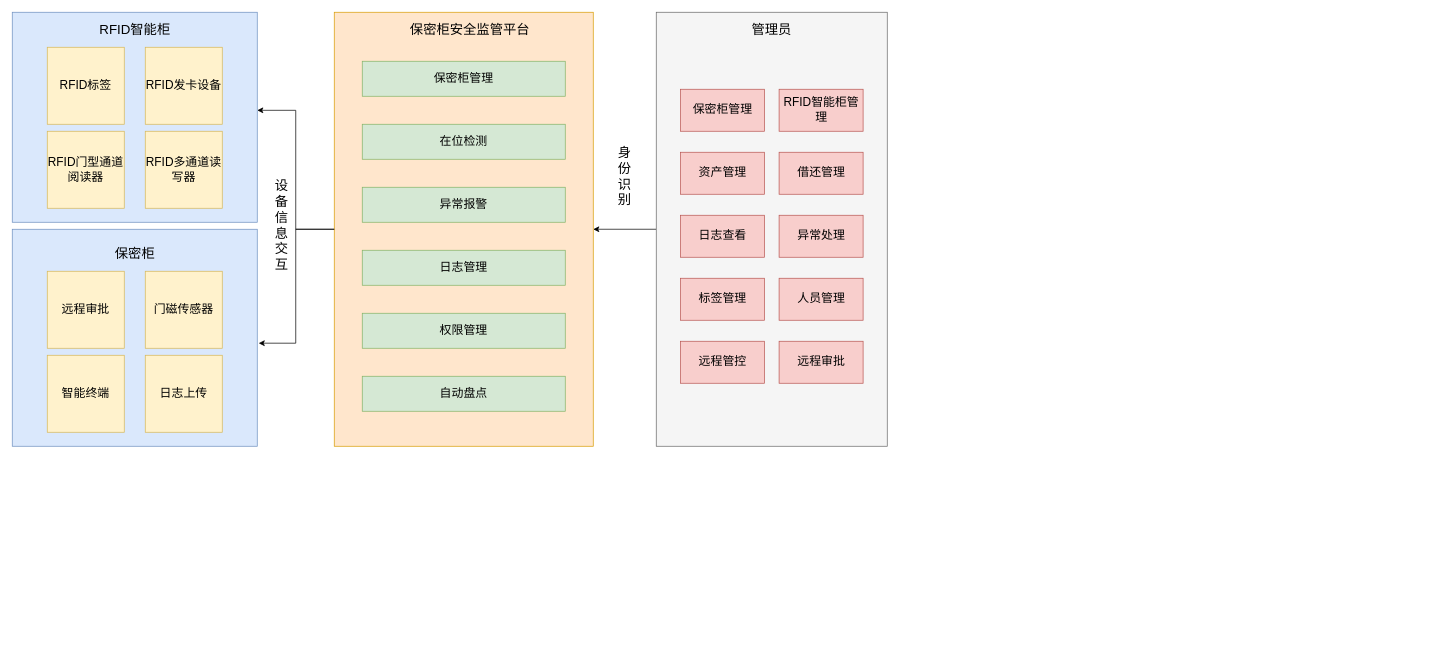
The draw.io diagram 保密柜监管平台大框架.drawio in captain188/draw.io, before the edit. Source tidied: cells renumbered, new cells numbered last; positions are measured from the earlier drawing's top-left corner, leaving out a move shared by most shapes. Both pictures are drawn from the tidied source at 70%, with x=0, y=0 at pixel (12, 12).
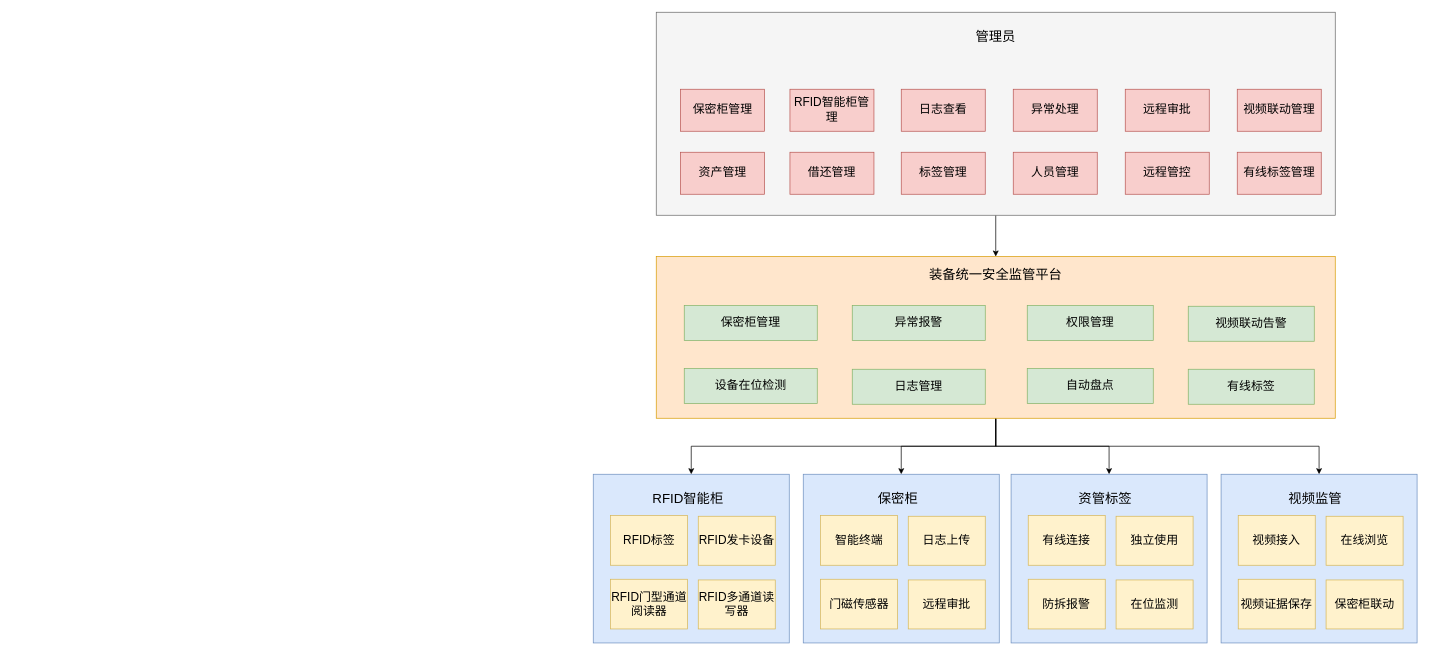
After the change.

Commit message:
更新保密柜监管平台大框架.drawio

What changed in the source:
```diff
@@
     <mxCell id="2" style="rounded=0;whiteSpace=wrap;html=1;fillColor=#dae8fc;strokeColor=#6c8ebf;" parent="1" vertex="1">
-      <mxGeometry width="350" height="300" as="geometry" />
+      <mxGeometry x="830" y="660" width="280" height="241" as="geometry" />
     </mxCell>
+    <mxCell id="31" style="edgeStyle=orthogonalEdgeStyle;rounded=0;jettySize=auto;html=1;exitX=0.5;exitY=1;exitDx=0;exitDy=0;entryX=0.5;entryY=0;entryDx=0;entryDy=0;" parent="1" edge="1" source="3" target="2">
+      <mxGeometry relative="1" as="geometry" />
+    </mxCell>
+    <mxCell id="39" style="edgeStyle=orthogonalEdgeStyle;rounded=0;jettySize=auto;html=1;exitX=0.5;exitY=1;exitDx=0;exitDy=0;entryX=0.5;entryY=0;entryDx=0;entryDy=0;" parent="1" edge="1" source="3" target="46">
+      <mxGeometry relative="1" as="geometry" />
+    </mxCell>
+    <mxCell id="40" style="edgeStyle=orthogonalEdgeStyle;rounded=0;jettySize=auto;html=1;exitX=0.5;exitY=1;exitDx=0;exitDy=0;entryX=0.5;entryY=0;entryDx=0;entryDy=0;" parent="1" edge="1" source="3" target="47">
+      <mxGeometry relative="1" as="geometry" />
+    </mxCell>
+    <mxCell id="41" style="edgeStyle=orthogonalEdgeStyle;rounded=0;jettySize=auto;html=1;exitX=0.5;exitY=1;exitDx=0;exitDy=0;entryX=0.5;entryY=0;entryDx=0;entryDy=0;" parent="1" edge="1" source="3" target="53">
+      <mxGeometry relative="1" as="geometry" />
+    </mxCell>
     <mxCell id="3" style="rounded=0;whiteSpace=wrap;html=1;fillColor=#ffe6cc;strokeColor=#d79b00;" parent="1" vertex="1">
-      <mxGeometry x="460" width="370" height="620" as="geometry" />
+      <mxGeometry x="920" y="349" width="970" height="231" as="geometry" />
     </mxCell>
-    <mxCell id="4" style="edgeStyle=orthogonalEdgeStyle;rounded=0;jettySize=auto;html=1;" parent="1" edge="1" source="5" target="3">
+    <mxCell id="4" style="edgeStyle=orthogonalEdgeStyle;rounded=0;jettySize=auto;html=1;exitX=0.5;exitY=1;exitDx=0;exitDy=0;entryX=0.5;entryY=0;entryDx=0;entryDy=0;" parent="1" edge="1" source="5" target="3">
       <mxGeometry relative="1" as="geometry" />
     </mxCell>
     <mxCell id="5" style="rounded=0;whiteSpace=wrap;html=1;fillColor=#f5f5f5;fontColor=#333333;strokeColor=#666666;" parent="1" vertex="1">
-      <mxGeometry x="920" width="330" height="620" as="geometry" />
+      <mxGeometry x="920" width="970" height="290" as="geometry" />
     </mxCell>
     <mxCell id="6" value="管理员" style="text;strokeColor=none;align=center;fillColor=none;html=1;verticalAlign=middle;whiteSpace=wrap;rounded=0;fontSize=19;" parent="1" vertex="1">
-      <mxGeometry x="1055" y="10" width="60" height="30" as="geometry" />
+      <mxGeometry x="1375" y="20" width="60" height="30" as="geometry" />
     </mxCell>
@@
     <mxCell id="8" value="RFID智能柜管理" style="rounded=0;whiteSpace=wrap;html=1;fillColor=#f8cecc;strokeColor=#b85450;fontSize=17;" parent="1" vertex="1">
-      <mxGeometry x="1095.5" y="110" width="120" height="60" as="geometry" />
+      <mxGeometry x="1111" y="110" width="120" height="60" as="geometry" />
     </mxCell>
@@
     <mxCell id="10" value="借还管理" style="rounded=0;whiteSpace=wrap;html=1;fillColor=#f8cecc;strokeColor=#b85450;fontSize=17;" parent="1" vertex="1">
-      <mxGeometry x="1095.5" y="200" width="120" height="60" as="geometry" />
+      <mxGeometry x="1111" y="200" width="120" height="60" as="geometry" />
     </mxCell>
     <mxCell id="11" value="保密柜管理" style="rounded=0;whiteSpace=wrap;html=1;fillColor=#d5e8d4;strokeColor=#82b366;fontSize=17;" parent="1" vertex="1">
-      <mxGeometry x="500" y="70" width="290" height="50" as="geometry" />
+      <mxGeometry x="960" y="419" width="190" height="50" as="geometry" />
     </mxCell>
-    <mxCell id="12" value="在位检测" style="rounded=0;whiteSpace=wrap;html=1;fillColor=#d5e8d4;strokeColor=#82b366;fontSize=17;" parent="1" vertex="1">
-      <mxGeometry x="500" y="160" width="290" height="50" as="geometry" />
+    <mxCell id="12" value="设备在位检测" style="rounded=0;whiteSpace=wrap;html=1;fillColor=#d5e8d4;strokeColor=#82b366;fontSize=17;" parent="1" vertex="1">
+      <mxGeometry x="960" y="509" width="190" height="50" as="geometry" />
     </mxCell>
     <mxCell id="13" value="异常报警" style="rounded=0;whiteSpace=wrap;html=1;fillColor=#d5e8d4;strokeColor=#82b366;fontSize=17;" parent="1" vertex="1">
-      <mxGeometry x="500" y="250" width="290" height="50" as="geometry" />
+      <mxGeometry x="1200" y="419" width="190" height="50" as="geometry" />
     </mxCell>
     <mxCell id="14" value="日志管理" style="rounded=0;whiteSpace=wrap;html=1;fillColor=#d5e8d4;strokeColor=#82b366;fontSize=17;" parent="1" vertex="1">
-      <mxGeometry x="500" y="340" width="290" height="50" as="geometry" />
+      <mxGeometry x="1200" y="510" width="190" height="50" as="geometry" />
     </mxCell>
     <mxCell id="15" value="权限管理" style="rounded=0;whiteSpace=wrap;html=1;fillColor=#d5e8d4;strokeColor=#82b366;fontSize=17;" parent="1" vertex="1">
-      <mxGeometry x="500" y="430" width="290" height="50" as="geometry" />
+      <mxGeometry x="1450" y="419" width="180" height="50" as="geometry" />
     </mxCell>
     <mxCell id="16" value="自动盘点" style="rounded=0;whiteSpace=wrap;html=1;fillColor=#d5e8d4;strokeColor=#82b366;fontSize=17;" parent="1" vertex="1">
-      <mxGeometry x="500" y="520" width="290" height="50" as="geometry" />
+      <mxGeometry x="1450" y="509" width="180" height="50" as="geometry" />
     </mxCell>
-    <mxCell id="17" value="保密柜安全监管平台" style="text;strokeColor=none;align=center;fillColor=none;html=1;verticalAlign=middle;whiteSpace=wrap;rounded=0;fontSize=19;" parent="1" vertex="1">
-      <mxGeometry x="560" y="10" width="187.5" height="30" as="geometry" />
+    <mxCell id="17" value="装备统一安全监管平台" style="text;strokeColor=none;align=center;fillColor=none;html=1;verticalAlign=middle;whiteSpace=wrap;rounded=0;fontSize=19;" parent="1" vertex="1">
+      <mxGeometry x="1293.1" y="360" width="223.8" height="30" as="geometry" />
     </mxCell>
     <mxCell id="18" value="RFID标签" style="rounded=0;whiteSpace=wrap;html=1;fillColor=#fff2cc;strokeColor=#d6b656;fontSize=17;" parent="1" vertex="1">
-      <mxGeometry x="50" y="50" width="110" height="110" as="geometry" />
+      <mxGeometry x="854.5" y="719" width="110" height="71" as="geometry" />
     </mxCell>
     <mxCell id="19" value="RFID发卡设备" style="rounded=0;whiteSpace=wrap;html=1;fillColor=#fff2cc;strokeColor=#d6b656;fontSize=17;" parent="1" vertex="1">
-      <mxGeometry x="190" y="50" width="110" height="110" as="geometry" />
+      <mxGeometry x="980" y="720" width="110" height="70" as="geometry" />
     </mxCell>
     <mxCell id="20" value="RFID智能柜" style="text;strokeColor=none;align=center;fillColor=none;html=1;verticalAlign=middle;whiteSpace=wrap;rounded=0;fontSize=19;" parent="1" vertex="1">
-      <mxGeometry x="112.5" y="10" width="125" height="30" as="geometry" />
+      <mxGeometry x="902.5" y="680" width="125" height="30" as="geometry" />
     </mxCell>
     <mxCell id="21" value="RFID门型通道阅读器" style="rounded=0;whiteSpace=wrap;html=1;fillColor=#fff2cc;strokeColor=#d6b656;fontSize=17;" parent="1" vertex="1">
-      <mxGeometry x="50" y="170" width="110" height="110" as="geometry" />
+      <mxGeometry x="854.5" y="810" width="110" height="71" as="geometry" />
     </mxCell>
     <mxCell id="22" value="RFID多通道读写器" style="rounded=0;whiteSpace=wrap;html=1;fillColor=#fff2cc;strokeColor=#d6b656;fontSize=17;" parent="1" vertex="1">
-      <mxGeometry x="190" y="170" width="110" height="110" as="geometry" />
+      <mxGeometry x="980" y="811" width="110" height="70" as="geometry" />
     </mxCell>
-    <mxCell id="23" value="设备信息交互" style="text;strokeColor=none;align=center;fillColor=none;html=1;verticalAlign=middle;whiteSpace=wrap;rounded=0;fontSize=19;" parent="1" vertex="1">
-      <mxGeometry x="370" y="290" width="30" height="30" as="geometry" />
-    </mxCell>
-    <mxCell id="24" value="身份识别" style="text;strokeColor=none;align=center;fillColor=none;html=1;verticalAlign=middle;whiteSpace=wrap;rounded=0;fontSize=19;" parent="1" vertex="1">
-      <mxGeometry x="860" y="220" width="30" height="30" as="geometry" />
-    </mxCell>
-    <mxCell id="25" style="rounded=0;whiteSpace=wrap;html=1;fillColor=#dae8fc;strokeColor=#6c8ebf;" parent="1" vertex="1">
-      <mxGeometry y="310" width="350" height="310" as="geometry" />
-    </mxCell>
-    <mxCell id="26" value="远程审批" style="rounded=0;whiteSpace=wrap;html=1;fillColor=#fff2cc;strokeColor=#d6b656;fontSize=17;" parent="1" vertex="1">
-      <mxGeometry x="50" y="370" width="110" height="110" as="geometry" />
-    </mxCell>
-    <mxCell id="27" value="门磁传感器" style="rounded=0;whiteSpace=wrap;html=1;fillColor=#fff2cc;strokeColor=#d6b656;fontSize=17;" parent="1" vertex="1">
-      <mxGeometry x="190" y="370" width="110" height="110" as="geometry" />
-    </mxCell>
-    <mxCell id="28" value="保密柜" style="text;strokeColor=none;align=center;fillColor=none;html=1;verticalAlign=middle;whiteSpace=wrap;rounded=0;fontSize=19;" parent="1" vertex="1">
-      <mxGeometry x="112.5" y="330" width="125" height="30" as="geometry" />
-    </mxCell>
-    <mxCell id="29" value="智能终端" style="rounded=0;whiteSpace=wrap;html=1;fillColor=#fff2cc;strokeColor=#d6b656;fontSize=17;" parent="1" vertex="1">
-      <mxGeometry x="50" y="490" width="110" height="110" as="geometry" />
-    </mxCell>
-    <mxCell id="30" value="日志上传" style="rounded=0;whiteSpace=wrap;html=1;fillColor=#fff2cc;strokeColor=#d6b656;fontSize=17;" parent="1" vertex="1">
-      <mxGeometry x="190" y="490" width="110" height="110" as="geometry" />
-    </mxCell>
-    <mxCell id="31" style="edgeStyle=orthogonalEdgeStyle;rounded=0;jettySize=auto;html=1;entryX=1;entryY=0.467;entryDx=0;entryDy=0;entryPerimeter=0;" parent="1" edge="1" source="3" target="2">
-      <mxGeometry relative="1" as="geometry" />
-    </mxCell>
-    <mxCell id="32" style="edgeStyle=orthogonalEdgeStyle;rounded=0;jettySize=auto;html=1;exitX=0;exitY=0.5;exitDx=0;exitDy=0;entryX=1.006;entryY=0.525;entryDx=0;entryDy=0;entryPerimeter=0;" parent="1" edge="1" source="3" target="25">
-      <mxGeometry relative="1" as="geometry" />
-    </mxCell>
     <mxCell id="33" value="日志查看" style="rounded=0;whiteSpace=wrap;html=1;fillColor=#f8cecc;strokeColor=#b85450;fontSize=17;" parent="1" vertex="1">
-      <mxGeometry x="954.5" y="290" width="120" height="60" as="geometry" />
+      <mxGeometry x="1270" y="110" width="120" height="60" as="geometry" />
     </mxCell>
     <mxCell id="34" value="异常处理" style="rounded=0;whiteSpace=wrap;html=1;fillColor=#f8cecc;strokeColor=#b85450;fontSize=17;" parent="1" vertex="1">
-      <mxGeometry x="1095.5" y="290" width="120" height="60" as="geometry" />
+      <mxGeometry x="1430" y="110" width="120" height="60" as="geometry" />
     </mxCell>
     <mxCell id="35" value="标签管理" style="rounded=0;whiteSpace=wrap;html=1;fillColor=#f8cecc;strokeColor=#b85450;fontSize=17;" parent="1" vertex="1">
-      <mxGeometry x="954.5" y="380" width="120" height="60" as="geometry" />
+      <mxGeometry x="1270" y="200" width="120" height="60" as="geometry" />
     </mxCell>
     <mxCell id="36" value="人员管理" style="rounded=0;whiteSpace=wrap;html=1;fillColor=#f8cecc;strokeColor=#b85450;fontSize=17;" parent="1" vertex="1">
-      <mxGeometry x="1095.5" y="380" width="120" height="60" as="geometry" />
+      <mxGeometry x="1430" y="200" width="120" height="60" as="geometry" />
     </mxCell>
     <mxCell id="37" value="远程管控" style="rounded=0;whiteSpace=wrap;html=1;fillColor=#f8cecc;strokeColor=#b85450;fontSize=17;" parent="1" vertex="1">
-      <mxGeometry x="954.5" y="470" width="120" height="60" as="geometry" />
+      <mxGeometry x="1590" y="200" width="120" height="60" as="geometry" />
     </mxCell>
     <mxCell id="38" value="远程审批" style="rounded=0;whiteSpace=wrap;html=1;fillColor=#f8cecc;strokeColor=#b85450;fontSize=17;" parent="1" vertex="1">
-      <mxGeometry x="1095.5" y="470" width="120" height="60" as="geometry" />
+      <mxGeometry x="1590" y="110" width="120" height="60" as="geometry" />
     </mxCell>
+    <mxCell id="42" value="有线标签管理" style="rounded=0;whiteSpace=wrap;html=1;fillColor=#f8cecc;strokeColor=#b85450;fontSize=17;" parent="1" vertex="1">
+      <mxGeometry x="1750" y="200" width="120" height="60" as="geometry" />
+    </mxCell>
+    <mxCell id="43" value="视频联动管理" style="rounded=0;whiteSpace=wrap;html=1;fillColor=#f8cecc;strokeColor=#b85450;fontSize=17;" parent="1" vertex="1">
+      <mxGeometry x="1750" y="110" width="120" height="60" as="geometry" />
+    </mxCell>
+    <mxCell id="44" value="视频联动告警" style="rounded=0;whiteSpace=wrap;html=1;fillColor=#d5e8d4;strokeColor=#82b366;fontSize=17;" parent="1" vertex="1">
+      <mxGeometry x="1680" y="420" width="180" height="50" as="geometry" />
+    </mxCell>
+    <mxCell id="45" value="有线标签" style="rounded=0;whiteSpace=wrap;html=1;fillColor=#d5e8d4;strokeColor=#82b366;fontSize=17;" parent="1" vertex="1">
+      <mxGeometry x="1680" y="510" width="180" height="50" as="geometry" />
+    </mxCell>
+    <mxCell id="46" style="rounded=0;whiteSpace=wrap;html=1;fillColor=#dae8fc;strokeColor=#6c8ebf;" parent="1" vertex="1">
+      <mxGeometry x="1130" y="660" width="280" height="241" as="geometry" />
+    </mxCell>
+    <mxCell id="29" value="智能终端" style="rounded=0;whiteSpace=wrap;html=1;fillColor=#fff2cc;strokeColor=#d6b656;fontSize=17;" parent="1" vertex="1">
+      <mxGeometry x="1154.5" y="719" width="110" height="71" as="geometry" />
+    </mxCell>
+    <mxCell id="30" value="日志上传" style="rounded=0;whiteSpace=wrap;html=1;fillColor=#fff2cc;strokeColor=#d6b656;fontSize=17;" parent="1" vertex="1">
+      <mxGeometry x="1280" y="720" width="110" height="70" as="geometry" />
+    </mxCell>
+    <mxCell id="28" value="保密柜" style="text;strokeColor=none;align=center;fillColor=none;html=1;verticalAlign=middle;whiteSpace=wrap;rounded=0;fontSize=19;" parent="1" vertex="1">
+      <mxGeometry x="1202.5" y="680" width="125" height="30" as="geometry" />
+    </mxCell>
+    <mxCell id="27" value="门磁传感器" style="rounded=0;whiteSpace=wrap;html=1;fillColor=#fff2cc;strokeColor=#d6b656;fontSize=17;" parent="1" vertex="1">
+      <mxGeometry x="1154.5" y="810" width="110" height="71" as="geometry" />
+    </mxCell>
+    <mxCell id="26" value="远程审批" style="rounded=0;whiteSpace=wrap;html=1;fillColor=#fff2cc;strokeColor=#d6b656;fontSize=17;" parent="1" vertex="1">
+      <mxGeometry x="1280" y="811" width="110" height="70" as="geometry" />
+    </mxCell>
+    <mxCell id="47" style="rounded=0;whiteSpace=wrap;html=1;fillColor=#dae8fc;strokeColor=#6c8ebf;" parent="1" vertex="1">
+      <mxGeometry x="1426.9" y="660" width="280" height="241" as="geometry" />
+    </mxCell>
+    <mxCell id="48" value="有线连接" style="rounded=0;whiteSpace=wrap;html=1;fillColor=#fff2cc;strokeColor=#d6b656;fontSize=17;" parent="1" vertex="1">
+      <mxGeometry x="1451.4" y="719" width="110" height="71" as="geometry" />
+    </mxCell>
+    <mxCell id="49" value="独立使用" style="rounded=0;whiteSpace=wrap;html=1;fillColor=#fff2cc;strokeColor=#d6b656;fontSize=17;" parent="1" vertex="1">
+      <mxGeometry x="1576.9" y="720" width="110" height="70" as="geometry" />
+    </mxCell>
+    <mxCell id="50" value="资管标签" style="text;strokeColor=none;align=center;fillColor=none;html=1;verticalAlign=middle;whiteSpace=wrap;rounded=0;fontSize=19;" parent="1" vertex="1">
+      <mxGeometry x="1499.4" y="680" width="125" height="30" as="geometry" />
+    </mxCell>
+    <mxCell id="51" value="防拆报警" style="rounded=0;whiteSpace=wrap;html=1;fillColor=#fff2cc;strokeColor=#d6b656;fontSize=17;" parent="1" vertex="1">
+      <mxGeometry x="1451.4" y="810" width="110" height="71" as="geometry" />
+    </mxCell>
+    <mxCell id="52" value="在位监测" style="rounded=0;whiteSpace=wrap;html=1;fillColor=#fff2cc;strokeColor=#d6b656;fontSize=17;" parent="1" vertex="1">
+      <mxGeometry x="1576.9" y="811" width="110" height="70" as="geometry" />
+    </mxCell>
+    <mxCell id="53" style="rounded=0;whiteSpace=wrap;html=1;fillColor=#dae8fc;strokeColor=#6c8ebf;" parent="1" vertex="1">
+      <mxGeometry x="1726.9" y="660" width="280" height="241" as="geometry" />
+    </mxCell>
+    <mxCell id="54" value="视频接入" style="rounded=0;whiteSpace=wrap;html=1;fillColor=#fff2cc;strokeColor=#d6b656;fontSize=17;" parent="1" vertex="1">
+      <mxGeometry x="1751.4" y="719" width="110" height="71" as="geometry" />
+    </mxCell>
+    <mxCell id="55" value="在线浏览" style="rounded=0;whiteSpace=wrap;html=1;fillColor=#fff2cc;strokeColor=#d6b656;fontSize=17;" parent="1" vertex="1">
+      <mxGeometry x="1876.9" y="720" width="110" height="70" as="geometry" />
+    </mxCell>
+    <mxCell id="56" value="视频监管" style="text;strokeColor=none;align=center;fillColor=none;html=1;verticalAlign=middle;whiteSpace=wrap;rounded=0;fontSize=19;" parent="1" vertex="1">
+      <mxGeometry x="1799.4" y="680" width="125" height="30" as="geometry" />
+    </mxCell>
+    <mxCell id="57" value="视频证据保存" style="rounded=0;whiteSpace=wrap;html=1;fillColor=#fff2cc;strokeColor=#d6b656;fontSize=17;" parent="1" vertex="1">
+      <mxGeometry x="1751.4" y="810" width="110" height="71" as="geometry" />
+    </mxCell>
+    <mxCell id="58" value="保密柜联动" style="rounded=0;whiteSpace=wrap;html=1;fillColor=#fff2cc;strokeColor=#d6b656;fontSize=17;" parent="1" vertex="1">
+      <mxGeometry x="1876.9" y="811" width="110" height="70" as="geometry" />
+    </mxCell>
```
